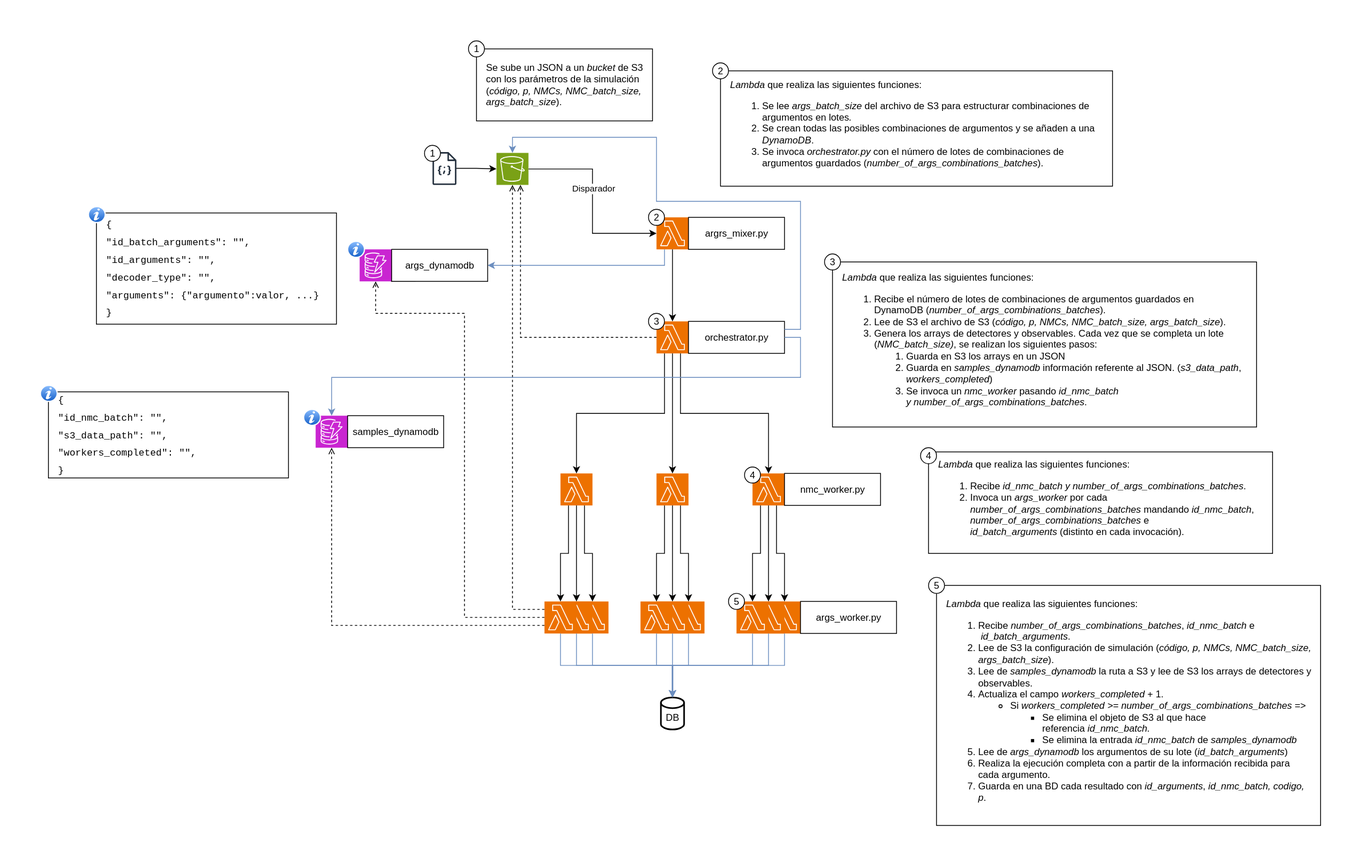
This is docs/Arquitectura_01julio.svg from pabloezquerroo/CuanticaDistribuida, a draw.io export, as it was before one commit. Source tidied: cells renumbered, new cells last; positions are measured from the earlier drawing's top-left corner, leaving out a move shared by most shapes.
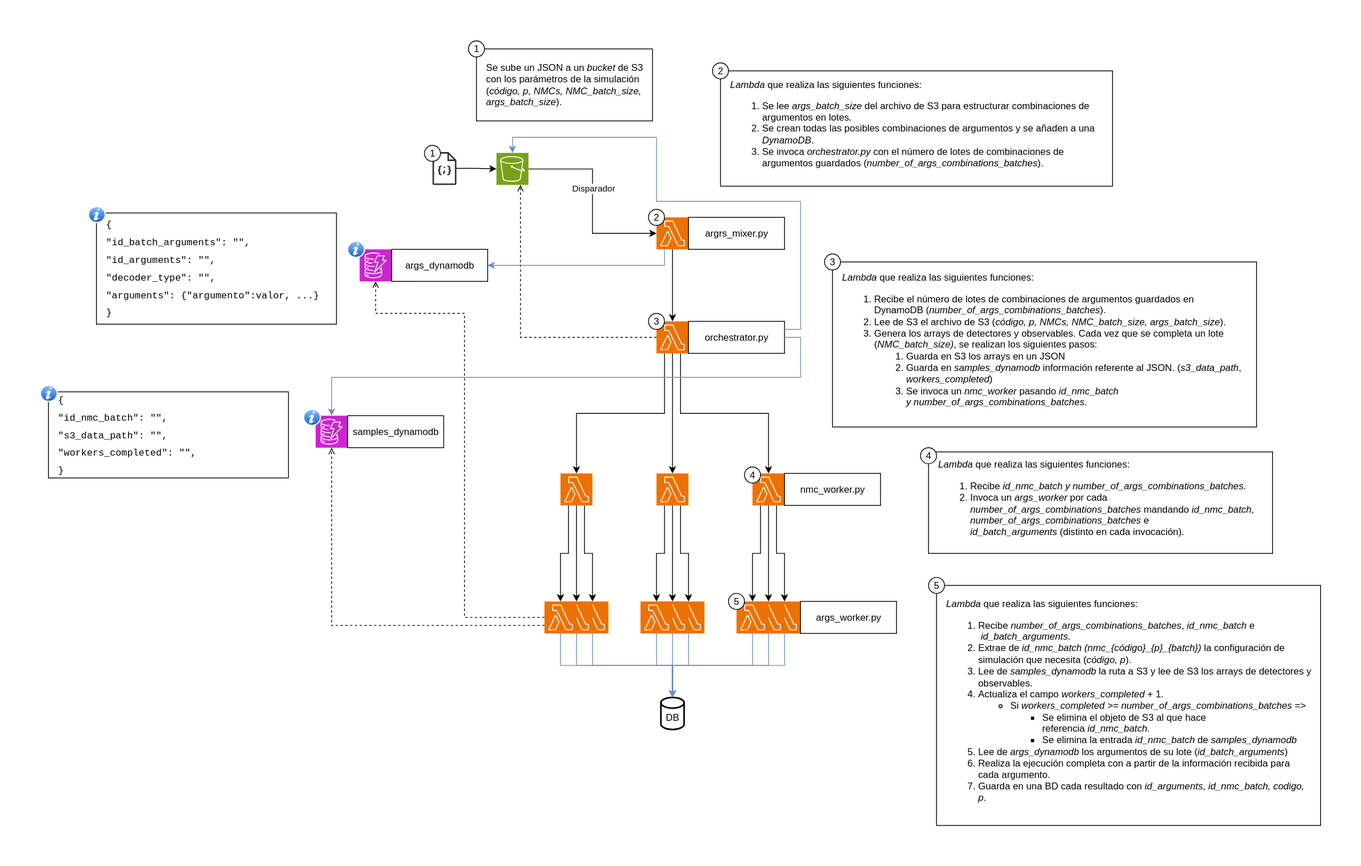
The same diagram one commit later.

Change to the diagram source:
```diff
@@ -89,7 +89,7 @@
     <mxCell id="30" style="edgeStyle=orthogonalEdgeStyle;rounded=0;jettySize=auto;html=1;exitX=0.25;exitY=1;exitDx=0;exitDy=0;exitPerimeter=0;entryX=0.5;entryY=0;entryDx=0;entryDy=0;entryPerimeter=0;" parent="1" edge="1" source="7" target="12">
       <mxGeometry relative="1" as="geometry" />
     </mxCell>
-    <mxCell id="31" value="&lt;i&gt;Lambda&lt;/i&gt; que realiza las siguientes funciones:&lt;br&gt;&lt;div&gt;&lt;ol&gt;&lt;li&gt;&lt;span style=&quot;background-color: transparent; color: light-dark(rgb(0, 0, 0), rgb(255, 255, 255));&quot;&gt;Recibe&amp;nbsp;&lt;i&gt;number_of_args_combinations_batches&lt;/i&gt;,&amp;nbsp;&lt;i style=&quot;color: light-dark(rgb(0, 0, 0), rgb(255, 255, 255)); background-color: transparent;&quot;&gt;id_nmc_batch&lt;/i&gt;&amp;nbsp;e&amp;nbsp; &amp;nbsp;&lt;/span&gt;&lt;i&gt;&lt;i&gt;id_batch_arguments&lt;/i&gt;&lt;/i&gt;&lt;span style=&quot;background-color: transparent; color: light-dark(rgb(0, 0, 0), rgb(255, 255, 255));&quot;&gt;.&lt;/span&gt;&lt;/li&gt;&lt;li&gt;Lee de S3 la configuración de simulación (&lt;i&gt;código, p, NMCs,&amp;nbsp;&lt;/i&gt;&lt;i&gt;NMC_batch_size, args_batch_size&lt;/i&gt;).&lt;/li&gt;&lt;li&gt;Lee de&amp;nbsp;&lt;i&gt;samples_dynamodb &lt;/i&gt;la ruta a S3 y lee de S3 los arrays de detectores y observables.&lt;/li&gt;&lt;li&gt;Actualiza el campo&amp;nbsp;&lt;i style=&quot;white-space-collapse: preserve;&quot;&gt;workers_completed &lt;/i&gt;&lt;span style=&quot;white-space-collapse: preserve;&quot;&gt;+ 1.&lt;/span&gt;&lt;/li&gt;&lt;ul&gt;&lt;li&gt;&lt;span style=&quot;white-space-collapse: preserve;&quot;&gt;Si &lt;/span&gt;&lt;i style=&quot;white-space-collapse: preserve;&quot;&gt;workers_completed &amp;gt;= &lt;/i&gt;&lt;i&gt;number_of_args_combinations_batches&lt;/i&gt;&lt;i&gt;&amp;nbsp;&lt;/i&gt;=&amp;gt;&amp;nbsp;&lt;/li&gt;&lt;ul&gt;&lt;li&gt;Se elimina el objeto de S3 al que hace referencia&amp;nbsp;&lt;i style=&quot;background-color: transparent; color: light-dark(rgb(0, 0, 0), rgb(255, 255, 255));&quot;&gt;id_nmc_batch.&lt;/i&gt;&lt;/li&gt;&lt;li&gt;&lt;span style=&quot;background-color: transparent; color: light-dark(rgb(0, 0, 0), rgb(255, 255, 255));&quot;&gt;Se elimina la entrada&amp;nbsp;&lt;/span&gt;&lt;i style=&quot;color: light-dark(rgb(0, 0, 0), rgb(255, 255, 255)); background-color: transparent;&quot;&gt;id_nmc_batch&amp;nbsp;&lt;/i&gt;&lt;span style=&quot;color: light-dark(rgb(0, 0, 0), rgb(255, 255, 255)); background-color: transparent;&quot;&gt;de&amp;nbsp;&lt;/span&gt;&lt;span style=&quot;text-align: center; text-wrap-mode: nowrap;&quot;&gt;&lt;i&gt;samples_dynamodb&lt;/i&gt;&lt;/span&gt;&lt;/li&gt;&lt;/ul&gt;&lt;/ul&gt;&lt;li&gt;Lee de &lt;i&gt;args_dynamodb&lt;/i&gt; los argumentos de su lote (&lt;i&gt;id_batch_arguments&lt;/i&gt;)&lt;/li&gt;&lt;li&gt;&lt;span style=&quot;background-color: transparent; color: light-dark(rgb(0, 0, 0), rgb(255, 255, 255));&quot;&gt;Realiza la ejecución completa con a partir de la información recibida para cada argumento.&lt;/span&gt;&lt;/li&gt;&lt;li&gt;Guarda en una BD cada resultado con &lt;i&gt;id_arguments&lt;/i&gt;, &lt;i&gt;i&lt;/i&gt;&lt;i style=&quot;color: light-dark(rgb(0, 0, 0), rgb(255, 255, 255)); background-color: transparent;&quot;&gt;d_nmc_batch, codigo, p&lt;/i&gt;.&lt;/li&gt;&lt;/ol&gt;&lt;/div&gt;" style="rounded=0;whiteSpace=wrap;html=1;align=left;spacing=12;" parent="1" vertex="1">
+    <mxCell id="31" value="&lt;i&gt;Lambda&lt;/i&gt; que realiza las siguientes funciones:&lt;br&gt;&lt;div&gt;&lt;ol&gt;&lt;li&gt;&lt;span style=&quot;background-color: transparent; color: light-dark(rgb(0, 0, 0), rgb(255, 255, 255));&quot;&gt;Recibe&amp;nbsp;&lt;i&gt;number_of_args_combinations_batches&lt;/i&gt;,&amp;nbsp;&lt;i style=&quot;color: light-dark(rgb(0, 0, 0), rgb(255, 255, 255)); background-color: transparent;&quot;&gt;id_nmc_batch&lt;/i&gt;&amp;nbsp;e&amp;nbsp; &amp;nbsp;&lt;/span&gt;&lt;i&gt;&lt;i&gt;id_batch_arguments&lt;/i&gt;&lt;/i&gt;&lt;span style=&quot;background-color: transparent; color: light-dark(rgb(0, 0, 0), rgb(255, 255, 255));&quot;&gt;.&lt;/span&gt;&lt;/li&gt;&lt;li&gt;Extrae de&amp;nbsp;&lt;span style=&quot;color: light-dark(rgb(0, 0, 0), rgb(255, 255, 255)); background-color: transparent;&quot;&gt;&lt;i&gt;id_nmc_batch&amp;nbsp;(nmc_{código}_{p}_{batch})&amp;nbsp;&lt;/i&gt;&lt;/span&gt;la configuración de simulación que necesita (&lt;i&gt;código, p&lt;/i&gt;).&lt;/li&gt;&lt;li&gt;Lee de&amp;nbsp;&lt;i&gt;samples_dynamodb &lt;/i&gt;la ruta a S3 y lee de S3 los arrays de detectores y observables.&lt;/li&gt;&lt;li&gt;Actualiza el campo&amp;nbsp;&lt;i style=&quot;white-space-collapse: preserve;&quot;&gt;workers_completed &lt;/i&gt;&lt;span style=&quot;white-space-collapse: preserve;&quot;&gt;+ 1.&lt;/span&gt;&lt;/li&gt;&lt;ul&gt;&lt;li&gt;&lt;span style=&quot;white-space-collapse: preserve;&quot;&gt;Si &lt;/span&gt;&lt;i style=&quot;white-space-collapse: preserve;&quot;&gt;workers_completed &amp;gt;= &lt;/i&gt;&lt;i&gt;number_of_args_combinations_batches&lt;/i&gt;&lt;i&gt;&amp;nbsp;&lt;/i&gt;=&amp;gt;&amp;nbsp;&lt;/li&gt;&lt;ul&gt;&lt;li&gt;Se elimina el objeto de S3 al que hace referencia&amp;nbsp;&lt;i style=&quot;background-color: transparent; color: light-dark(rgb(0, 0, 0), rgb(255, 255, 255));&quot;&gt;id_nmc_batch.&lt;/i&gt;&lt;/li&gt;&lt;li&gt;&lt;span style=&quot;background-color: transparent; color: light-dark(rgb(0, 0, 0), rgb(255, 255, 255));&quot;&gt;Se elimina la entrada&amp;nbsp;&lt;/span&gt;&lt;i style=&quot;color: light-dark(rgb(0, 0, 0), rgb(255, 255, 255)); background-color: transparent;&quot;&gt;id_nmc_batch&amp;nbsp;&lt;/i&gt;&lt;span style=&quot;color: light-dark(rgb(0, 0, 0), rgb(255, 255, 255)); background-color: transparent;&quot;&gt;de&amp;nbsp;&lt;/span&gt;&lt;span style=&quot;text-align: center; text-wrap-mode: nowrap;&quot;&gt;&lt;i&gt;samples_dynamodb&lt;/i&gt;&lt;/span&gt;&lt;/li&gt;&lt;/ul&gt;&lt;/ul&gt;&lt;li&gt;Lee de &lt;i&gt;args_dynamodb&lt;/i&gt; los argumentos de su lote (&lt;i&gt;id_batch_arguments&lt;/i&gt;)&lt;/li&gt;&lt;li&gt;&lt;span style=&quot;background-color: transparent; color: light-dark(rgb(0, 0, 0), rgb(255, 255, 255));&quot;&gt;Realiza la ejecución completa con a partir de la información recibida para cada argumento.&lt;/span&gt;&lt;/li&gt;&lt;li&gt;Guarda en una BD cada resultado con &lt;i&gt;id_arguments&lt;/i&gt;, &lt;i&gt;i&lt;/i&gt;&lt;i style=&quot;color: light-dark(rgb(0, 0, 0), rgb(255, 255, 255)); background-color: transparent;&quot;&gt;d_nmc_batch, codigo, p&lt;/i&gt;.&lt;/li&gt;&lt;/ol&gt;&lt;/div&gt;" style="rounded=0;whiteSpace=wrap;html=1;align=left;spacing=12;" parent="1" vertex="1">
       <mxGeometry x="1120" y="681" width="480" height="300" as="geometry" />
     </mxCell>
     <mxCell id="32" value="5" style="ellipse;whiteSpace=wrap;html=1;" parent="1" vertex="1">
@@ -191,9 +191,6 @@
     <mxCell id="64" style="edgeStyle=orthogonalEdgeStyle;rounded=0;jettySize=auto;html=1;entryX=0.5;entryY=0;entryDx=0;entryDy=0;entryPerimeter=0;exitX=0.5;exitY=1;exitDx=0;exitDy=0;exitPerimeter=0;fillColor=#dae8fc;strokeColor=#6c8ebf;" parent="1" edge="1" source="36" target="18">
       <mxGeometry relative="1" as="geometry" />
     </mxCell>
-    <mxCell id="65" style="edgeStyle=orthogonalEdgeStyle;rounded=0;jettySize=auto;html=1;exitX=0;exitY=0.25;exitDx=0;exitDy=0;exitPerimeter=0;entryX=0.5;entryY=1;entryDx=0;entryDy=0;entryPerimeter=0;endArrow=open;endFill=0;dashed=1;" parent="1" edge="1" source="49" target="15">
-      <mxGeometry relative="1" as="geometry" />
-    </mxCell>
     <mxCell id="66" style="sketch=0;outlineConnect=0;fontColor=#232F3E;gradientColor=none;fillColor=#232F3D;strokeColor=none;dashed=0;verticalLabelPosition=bottom;verticalAlign=top;align=center;html=1;fontSize=12;fontStyle=0;shape=mxgraph.aws4.json_script;" parent="1" vertex="1">
       <mxGeometry x="490" y="139.4" width="30" height="41" as="geometry" />
     </mxCell>
```
